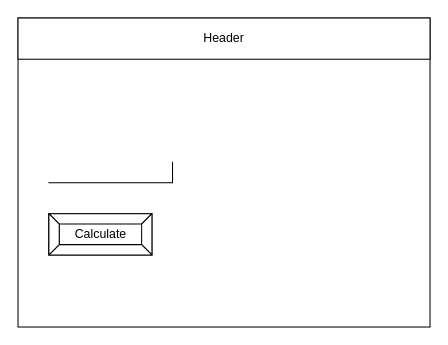
Above: design/story-board.drawio in Chloe-Havel/ICS2O-Unit-5-06 (draw.io), before the change. Source tidied: cells renumbered, new cells numbered last; positions are measured from the earlier drawing's top-left corner, leaving out a move shared by most shapes. Both pictures are drawn from the tidied source at 103%, with x=0, y=0 at pixel (18, 18).
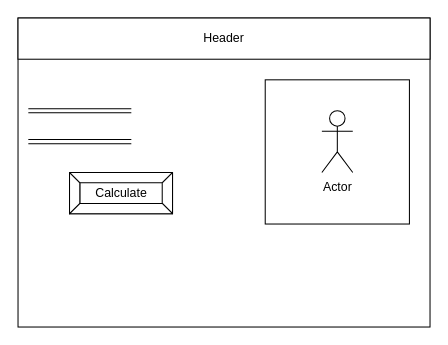
Above is the later version.

Change to the diagram source:
```diff
@@
 <mxGraphModel>
   <root>
     <mxCell id="0" />
     <mxCell id="1" parent="0" />
     <mxCell id="2" style="rounded=0;whiteSpace=wrap;html=1;" parent="1" vertex="1">
       <mxGeometry width="400" height="300" as="geometry" />
     </mxCell>
     <mxCell id="3" value="Header" style="rounded=0;whiteSpace=wrap;html=1;" parent="1" vertex="1">
       <mxGeometry width="400" height="40" as="geometry" />
     </mxCell>
-    <mxCell id="4" style="shape=partialRectangle;whiteSpace=wrap;html=1;top=0;left=0;fillColor=none;" parent="1" vertex="1">
-      <mxGeometry x="30" y="140" width="120" height="20" as="geometry" />
-    </mxCell>
     <mxCell id="5" value="Calculate" style="labelPosition=center;verticalLabelPosition=middle;align=center;html=1;shape=mxgraph.basic.button;dx=10;" parent="1" vertex="1">
-      <mxGeometry x="30" y="190" width="100" height="40" as="geometry" />
+      <mxGeometry x="50" y="150" width="100" height="40" as="geometry" />
     </mxCell>
+    <mxCell id="6" style="shape=link;html=1;" parent="1" edge="1">
+      <mxGeometry relative="1" as="geometry">
+        <mxPoint x="10" y="90" as="sourcePoint" />
+        <mxPoint x="110" y="90" as="targetPoint" />
+      </mxGeometry>
+    </mxCell>
+    <mxCell id="7" style="shape=link;html=1;" parent="1" edge="1">
+      <mxGeometry relative="1" as="geometry">
+        <mxPoint x="10" y="120" as="sourcePoint" />
+        <mxPoint x="110" y="120" as="targetPoint" />
+      </mxGeometry>
+    </mxCell>
+    <mxCell id="8" style="whiteSpace=wrap;html=1;" parent="1" vertex="1">
+      <mxGeometry x="240" y="60" width="140" height="140" as="geometry" />
+    </mxCell>
+    <mxCell id="9" value="Actor" style="shape=umlActor;verticalLabelPosition=bottom;verticalAlign=top;html=1;" parent="1" vertex="1">
+      <mxGeometry x="295" y="90" width="30" height="60" as="geometry" />
+    </mxCell>
   </root>
 </mxGraphModel>
```
